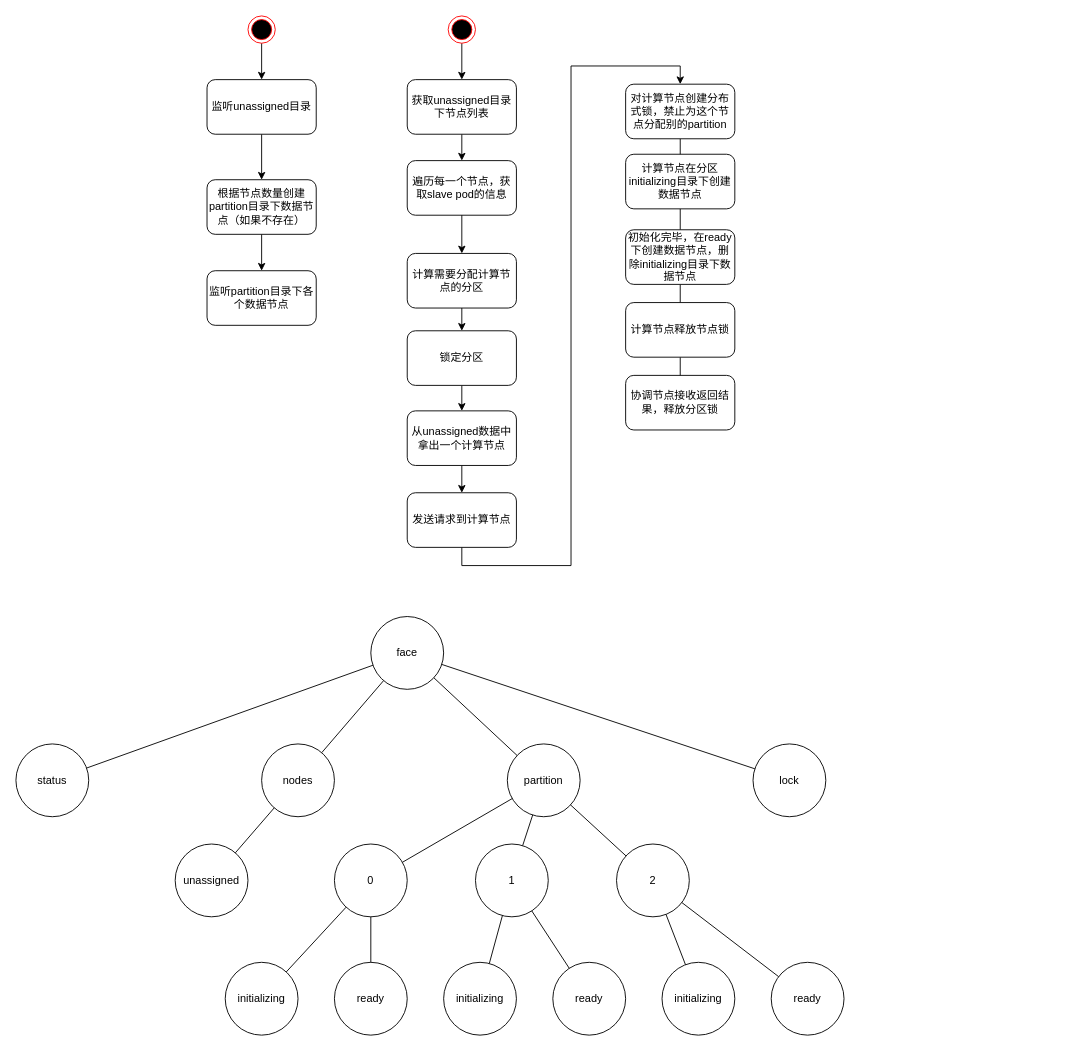
Earlier version of the draw.io diagram Distributed Calculation Design.drawio (dosjia/chart). Source tidied: cells renumbered, new cells numbered last; positions are measured from the earlier drawing's top-left corner, leaving out a move shared by most shapes. Both pictures are drawn from the tidied source at 91%, with x=0, y=0 at pixel (15, 15).
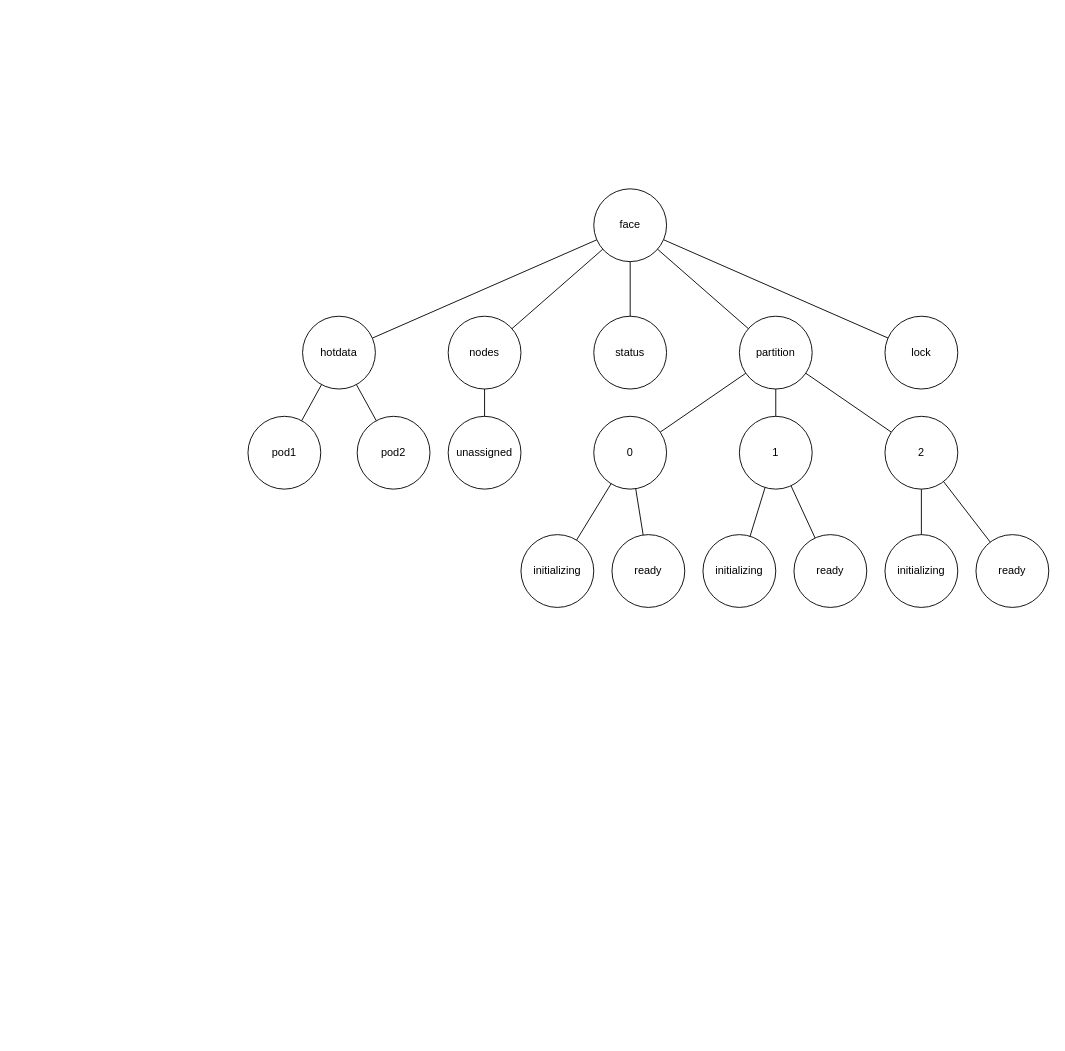
The same page after the edit.

Diff of the diagram source:
```diff
@@
-    <mxCell id="2" style="edgeStyle=orthogonalEdgeStyle;rounded=0;jettySize=auto;html=1;exitX=0.5;exitY=1;exitDx=0;exitDy=0;" parent="1" edge="1" source="3" target="7">
-      <mxGeometry relative="1" as="geometry" />
-    </mxCell>
-    <mxCell id="3" value="监听unassigned目录" style="rounded=1;whiteSpace=wrap;html=1;" parent="1" vertex="1">
-      <mxGeometry x="210" y="70" width="120" height="60" as="geometry" />
-    </mxCell>
-    <mxCell id="4" style="edgeStyle=orthogonalEdgeStyle;rounded=0;jettySize=auto;html=1;" parent="1" edge="1" source="5" target="3">
-      <mxGeometry relative="1" as="geometry" />
-    </mxCell>
-    <mxCell id="5" style="ellipse;html=1;shape=endState;fillColor=#000000;strokeColor=#ff0000;" parent="1" vertex="1">
-      <mxGeometry x="255" width="30" height="30" as="geometry" />
-    </mxCell>
-    <mxCell id="6" style="edgeStyle=orthogonalEdgeStyle;rounded=0;jettySize=auto;html=1;" parent="1" edge="1" source="7" target="11">
-      <mxGeometry relative="1" as="geometry" />
-    </mxCell>
-    <mxCell id="7" value="根据节点数量创建partition目录下数据节点（如果不存在）" style="rounded=1;whiteSpace=wrap;html=1;" parent="1" vertex="1">
-      <mxGeometry x="210" y="180" width="120" height="60" as="geometry" />
-    </mxCell>
-    <mxCell id="8" value="遍历每一个节点，获取slave pod的信息" style="rounded=1;whiteSpace=wrap;html=1;" parent="1" vertex="1">
-      <mxGeometry x="430" y="159" width="120" height="60" as="geometry" />
-    </mxCell>
-    <mxCell id="9" style="edgeStyle=orthogonalEdgeStyle;rounded=0;jettySize=auto;html=1;exitX=0.5;exitY=1;exitDx=0;exitDy=0;entryX=0.5;entryY=0;entryDx=0;entryDy=0;" parent="1" edge="1" source="10" target="8">
-      <mxGeometry relative="1" as="geometry" />
-    </mxCell>
-    <mxCell id="10" value="获取unassigned目录下节点列表" style="rounded=1;whiteSpace=wrap;html=1;" parent="1" vertex="1">
-      <mxGeometry x="430" y="70" width="120" height="60" as="geometry" />
-    </mxCell>
-    <mxCell id="11" value="&lt;div&gt;监听partition目录下各个数据节点&lt;/div&gt;" style="whiteSpace=wrap;html=1;rounded=1;" parent="1" vertex="1">
-      <mxGeometry x="210" y="280" width="120" height="60" as="geometry" />
-    </mxCell>
-    <mxCell id="12" style="edgeStyle=orthogonalEdgeStyle;rounded=0;jettySize=auto;html=1;exitX=0.5;exitY=1;exitDx=0;exitDy=0;" parent="1" edge="1" source="13" target="10">
-      <mxGeometry relative="1" as="geometry" />
-    </mxCell>
-    <mxCell id="13" style="ellipse;html=1;shape=endState;fillColor=#000000;strokeColor=#ff0000;" parent="1" vertex="1">
-      <mxGeometry x="475" width="30" height="30" as="geometry" />
-    </mxCell>
@@
     <mxCell id="15" value="face" style="ellipse;whiteSpace=wrap;html=1;" parent="1" vertex="1">
-      <mxGeometry x="390" y="660" width="80" height="80" as="geometry" />
+      <mxGeometry x="635" y="190" width="80" height="80" as="geometry" />
     </mxCell>
     <mxCell id="16" value="nodes" style="ellipse;whiteSpace=wrap;html=1;" parent="1" vertex="1">
-      <mxGeometry x="270" y="800" width="80" height="80" as="geometry" />
+      <mxGeometry x="475" y="330" width="80" height="80" as="geometry" />
     </mxCell>
     <mxCell id="17" value="partition" style="ellipse;whiteSpace=wrap;html=1;" parent="1" vertex="1">
-      <mxGeometry x="540" y="800" width="80" height="80" as="geometry" />
+      <mxGeometry x="795" y="330" width="80" height="80" as="geometry" />
     </mxCell>
     <mxCell id="18" value="unassigned" style="ellipse;whiteSpace=wrap;html=1;" parent="1" vertex="1">
-      <mxGeometry x="175" y="910" width="80" height="80" as="geometry" />
+      <mxGeometry x="475" y="440" width="80" height="80" as="geometry" />
     </mxCell>
@@
     <mxCell id="21" value="0" style="ellipse;whiteSpace=wrap;html=1;" parent="1" vertex="1">
-      <mxGeometry x="350" y="910" width="80" height="80" as="geometry" />
+      <mxGeometry x="635" y="440" width="80" height="80" as="geometry" />
     </mxCell>
@@
     <mxCell id="23" value="1" style="ellipse;whiteSpace=wrap;html=1;" parent="1" vertex="1">
-      <mxGeometry x="505" y="910" width="80" height="80" as="geometry" />
+      <mxGeometry x="795" y="440" width="80" height="80" as="geometry" />
     </mxCell>
@@
     <mxCell id="25" value="2" style="ellipse;whiteSpace=wrap;html=1;" parent="1" vertex="1">
-      <mxGeometry x="660" y="910" width="80" height="80" as="geometry" />
+      <mxGeometry x="955" y="440" width="80" height="80" as="geometry" />
     </mxCell>
@@
     <mxCell id="27" value="initializing" style="ellipse;whiteSpace=wrap;html=1;" parent="1" vertex="1">
-      <mxGeometry x="230" y="1040" width="80" height="80" as="geometry" />
+      <mxGeometry x="555" y="570" width="80" height="80" as="geometry" />
     </mxCell>
@@
     <mxCell id="29" value="ready" style="ellipse;whiteSpace=wrap;html=1;" parent="1" vertex="1">
-      <mxGeometry x="350" y="1040" width="80" height="80" as="geometry" />
+      <mxGeometry x="655" y="570" width="80" height="80" as="geometry" />
     </mxCell>
@@
     <mxCell id="31" value="initializing" style="ellipse;whiteSpace=wrap;html=1;" parent="1" vertex="1">
-      <mxGeometry x="470" y="1040" width="80" height="80" as="geometry" />
+      <mxGeometry x="755" y="570" width="80" height="80" as="geometry" />
     </mxCell>
     <mxCell id="32" value="ready" style="ellipse;whiteSpace=wrap;html=1;" parent="1" vertex="1">
-      <mxGeometry x="590" y="1040" width="80" height="80" as="geometry" />
+      <mxGeometry x="855" y="570" width="80" height="80" as="geometry" />
     </mxCell>
@@
     <mxCell id="35" value="initializing" style="ellipse;whiteSpace=wrap;html=1;" parent="1" vertex="1">
-      <mxGeometry x="710" y="1040" width="80" height="80" as="geometry" />
+      <mxGeometry x="955" y="570" width="80" height="80" as="geometry" />
     </mxCell>
     <mxCell id="36" value="ready" style="ellipse;whiteSpace=wrap;html=1;" parent="1" vertex="1">
-      <mxGeometry x="830" y="1040" width="80" height="80" as="geometry" />
+      <mxGeometry x="1055" y="570" width="80" height="80" as="geometry" />
     </mxCell>
@@
     <mxCell id="39" value="lock" style="ellipse;whiteSpace=wrap;html=1;" parent="1" vertex="1">
-      <mxGeometry x="810" y="800" width="80" height="80" as="geometry" />
+      <mxGeometry x="955" y="330" width="80" height="80" as="geometry" />
     </mxCell>
@@
-    <mxCell id="41" style="rounded=0;jettySize=auto;html=1;endArrow=classic;endFill=1;exitX=0.5;exitY=1;exitDx=0;exitDy=0;entryX=0.5;entryY=0;entryDx=0;entryDy=0;edgeStyle=orthogonalEdgeStyle;" parent="1" edge="1" source="42" target="44">
-      <mxGeometry relative="1" as="geometry" />
-    </mxCell>
-    <mxCell id="42" value="计算需要分配计算节点的分区" style="rounded=1;whiteSpace=wrap;html=1;" parent="1" vertex="1">
-      <mxGeometry x="430" y="261" width="120" height="60" as="geometry" />
-    </mxCell>
-    <mxCell id="43" style="edgeStyle=orthogonalEdgeStyle;rounded=0;jettySize=auto;html=1;endArrow=classic;endFill=1;exitX=0.5;exitY=1;exitDx=0;exitDy=0;entryX=0.5;entryY=0;entryDx=0;entryDy=0;" parent="1" edge="1" source="44" target="46">
-      <mxGeometry relative="1" as="geometry" />
-    </mxCell>
-    <mxCell id="44" value="锁定分区" style="whiteSpace=wrap;html=1;rounded=1;" parent="1" vertex="1">
-      <mxGeometry x="430" y="346" width="120" height="60" as="geometry" />
-    </mxCell>
-    <mxCell id="45" style="edgeStyle=orthogonalEdgeStyle;rounded=0;jettySize=auto;html=1;endArrow=classic;endFill=1;exitX=0.5;exitY=1;exitDx=0;exitDy=0;entryX=0.5;entryY=0;entryDx=0;entryDy=0;" parent="1" edge="1" source="46" target="48">
-      <mxGeometry relative="1" as="geometry" />
-    </mxCell>
-    <mxCell id="46" value="从unassigned数据中拿出一个计算节点" style="whiteSpace=wrap;html=1;rounded=1;" parent="1" vertex="1">
-      <mxGeometry x="430" y="434" width="120" height="60" as="geometry" />
-    </mxCell>
-    <mxCell id="47" style="edgeStyle=orthogonalEdgeStyle;rounded=0;jettySize=auto;html=1;endArrow=classic;endFill=1;entryX=0.5;entryY=0;entryDx=0;entryDy=0;exitX=0.5;exitY=1;exitDx=0;exitDy=0;" parent="1" edge="1" source="48" target="56">
-      <mxGeometry relative="1" as="geometry" />
-    </mxCell>
-    <mxCell id="48" value="发送请求到计算节点" style="whiteSpace=wrap;html=1;rounded=1;" parent="1" vertex="1">
-      <mxGeometry x="430" y="524" width="120" height="60" as="geometry" />
-    </mxCell>
-    <mxCell id="49" style="edgeStyle=none;rounded=0;jettySize=auto;html=1;endArrow=none;endFill=0;entryX=0.5;entryY=0;entryDx=0;entryDy=0;" parent="1" edge="1" source="50" target="53">
-      <mxGeometry relative="1" as="geometry" />
-    </mxCell>
-    <mxCell id="50" value="计算节点在分区initializing目录下创建数据节点" style="whiteSpace=wrap;html=1;rounded=1;" parent="1" vertex="1">
-      <mxGeometry x="670" y="152" width="120" height="60" as="geometry" />
-    </mxCell>
-    <mxCell id="51" value="&lt;div&gt;协调节点接收返回结果，释放分区锁&lt;/div&gt;" style="whiteSpace=wrap;html=1;rounded=1;" parent="1" vertex="1">
-      <mxGeometry x="670" y="395" width="120" height="60" as="geometry" />
-    </mxCell>
-    <mxCell id="52" style="edgeStyle=none;rounded=0;jettySize=auto;html=1;endArrow=none;endFill=0;" parent="1" edge="1" source="53" target="58">
-      <mxGeometry relative="1" as="geometry" />
-    </mxCell>
-    <mxCell id="53" value="初始化完毕，在ready下创建数据节点，删除initializing目录下数据节点" style="whiteSpace=wrap;html=1;rounded=1;" parent="1" vertex="1">
-      <mxGeometry x="670" y="235" width="120" height="60" as="geometry" />
-    </mxCell>
-    <mxCell id="54" style="edgeStyle=orthogonalEdgeStyle;rounded=0;jettySize=auto;html=1;exitX=0.5;exitY=1;exitDx=0;exitDy=0;entryX=0.5;entryY=0;entryDx=0;entryDy=0;" parent="1" edge="1" source="8" target="42">
-      <mxGeometry relative="1" as="geometry" />
-    </mxCell>
-    <mxCell id="55" style="edgeStyle=none;rounded=0;jettySize=auto;html=1;exitX=0.5;exitY=1;exitDx=0;exitDy=0;entryX=0.5;entryY=0;entryDx=0;entryDy=0;endArrow=none;endFill=0;" parent="1" edge="1" source="56" target="50">
-      <mxGeometry relative="1" as="geometry" />
-    </mxCell>
-    <mxCell id="56" value="对计算节点创建分布式锁，禁止为这个节点分配别的partition" style="whiteSpace=wrap;html=1;rounded=1;" parent="1" vertex="1">
-      <mxGeometry x="670" y="75" width="120" height="60" as="geometry" />
-    </mxCell>
-    <mxCell id="57" style="edgeStyle=none;rounded=0;jettySize=auto;html=1;exitX=0.5;exitY=1;exitDx=0;exitDy=0;entryX=0.5;entryY=0;entryDx=0;entryDy=0;endArrow=none;endFill=0;" parent="1" edge="1" source="58" target="51">
-      <mxGeometry relative="1" as="geometry" />
-    </mxCell>
-    <mxCell id="58" value="计算节点释放节点锁" style="whiteSpace=wrap;html=1;rounded=1;" parent="1" vertex="1">
-      <mxGeometry x="670" y="315" width="120" height="60" as="geometry" />
-    </mxCell>
     <mxCell id="59" value="status" style="ellipse;whiteSpace=wrap;html=1;" parent="1" vertex="1">
-      <mxGeometry y="800" width="80" height="80" as="geometry" />
+      <mxGeometry x="635" y="330" width="80" height="80" as="geometry" />
     </mxCell>
@@
+    <mxCell id="61" value="hotdata" style="ellipse;whiteSpace=wrap;html=1;" parent="1" vertex="1">
+      <mxGeometry x="315" y="330" width="80" height="80" as="geometry" />
+    </mxCell>
+    <mxCell id="62" style="endArrow=none;html=1;rounded=0;" parent="1" edge="1" source="61" target="15">
+      <mxGeometry relative="1" as="geometry" />
+    </mxCell>
+    <mxCell id="63" value="pod1" style="ellipse;whiteSpace=wrap;html=1;" parent="1" vertex="1">
+      <mxGeometry x="255" y="440" width="80" height="80" as="geometry" />
+    </mxCell>
+    <mxCell id="64" value="pod2" style="ellipse;whiteSpace=wrap;html=1;" parent="1" vertex="1">
+      <mxGeometry x="375" y="440" width="80" height="80" as="geometry" />
+    </mxCell>
+    <mxCell id="65" style="endArrow=none;html=1;rounded=0;" parent="1" edge="1" source="63" target="61">
+      <mxGeometry relative="1" as="geometry" />
+    </mxCell>
+    <mxCell id="66" style="endArrow=none;html=1;rounded=0;" parent="1" edge="1" source="64" target="61">
+      <mxGeometry relative="1" as="geometry" />
+    </mxCell>
```
